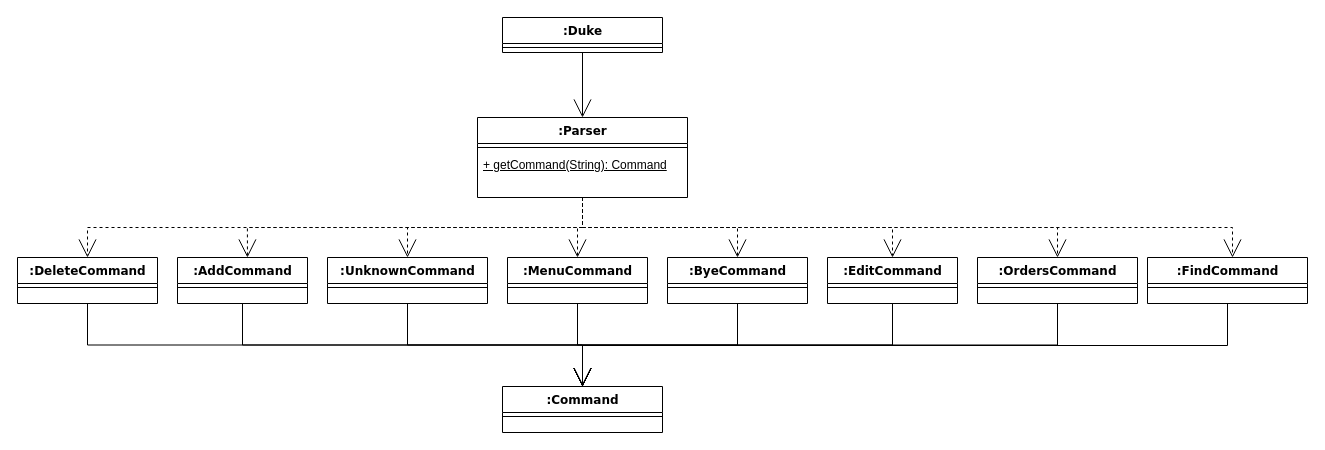
Before: page "Page-1" (1 of 2) of UMLdiagrams/ParserDiagrams/ParserClassDiag.drawio in thaddyyz/tp, a draw.io diagram. Source tidied: cells renumbered, new cells numbered last; positions are measured from the earlier drawing's top-left corner, leaving out a move shared by most shapes. Both pictures are drawn from the tidied source at 100%, with x=0, y=0 at pixel (17, 17).
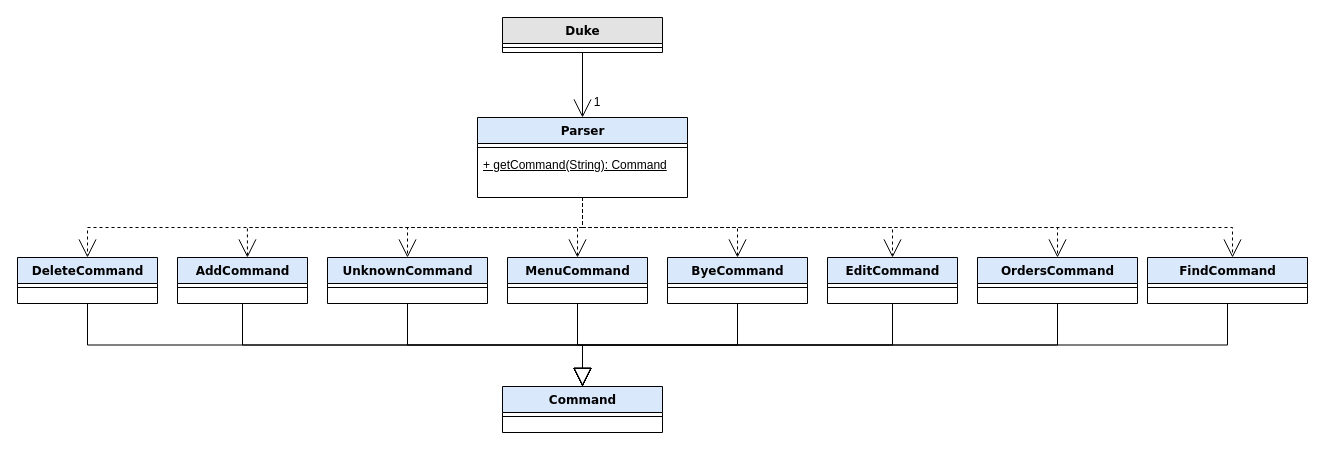
After the change.

Change to the diagram source:
```diff
@@
-    <mxCell id="2" value=":Parser" style="swimlane;html=1;fontStyle=1;align=center;verticalAlign=top;horizontal=1;startSize=26;swimlaneFillColor=#ffffff;rounded=0;shadow=0;comic=0;labelBackgroundColor=none;strokeWidth=1;fillColor=none;fontFamily=Verdana;fontSize=12;" parent="1" vertex="1">
+    <mxCell id="2" value="Parser" style="swimlane;html=1;fontStyle=1;align=center;verticalAlign=top;horizontal=1;startSize=26;swimlaneFillColor=#ffffff;rounded=0;shadow=0;comic=0;labelBackgroundColor=none;strokeWidth=1;fillColor=#DAE8FC;fontFamily=Verdana;fontSize=12;" parent="1" vertex="1">
       <mxGeometry x="460" y="100" width="210" height="80" as="geometry" />
     </mxCell>
@@
-    <mxCell id="5" value=":AddCommand" style="swimlane;html=1;fontStyle=1;align=center;verticalAlign=top;horizontal=1;startSize=26;swimlaneFillColor=#ffffff;rounded=0;shadow=0;comic=0;labelBackgroundColor=none;strokeWidth=1;fillColor=none;fontFamily=Verdana;fontSize=12;" parent="1" vertex="1">
+    <mxCell id="5" value="AddCommand" style="swimlane;html=1;fontStyle=1;align=center;verticalAlign=top;horizontal=1;startSize=26;swimlaneFillColor=#ffffff;rounded=0;shadow=0;comic=0;labelBackgroundColor=none;strokeWidth=1;fillColor=#DAE8FC;fontFamily=Verdana;fontSize=12;" parent="1" vertex="1">
       <mxGeometry x="160" y="240" width="130" height="46" as="geometry" />
     </mxCell>
@@
-    <mxCell id="7" value=":Duke" style="swimlane;html=1;fontStyle=1;align=center;verticalAlign=top;horizontal=1;startSize=26;swimlaneFillColor=#ffffff;rounded=0;shadow=0;comic=0;labelBackgroundColor=none;strokeWidth=1;fillColor=none;fontFamily=Verdana;fontSize=12;" parent="1" vertex="1">
+    <mxCell id="7" value="Duke" style="swimlane;html=1;fontStyle=1;align=center;verticalAlign=top;horizontal=1;startSize=26;swimlaneFillColor=#ffffff;rounded=0;shadow=0;comic=0;labelBackgroundColor=none;strokeWidth=1;fillColor=#E3E3E3;fontFamily=Verdana;fontSize=12;" parent="1" vertex="1">
       <mxGeometry x="485" width="160" height="35" as="geometry" />
     </mxCell>
@@
-    <mxCell id="10" value=":DeleteCommand" style="swimlane;html=1;fontStyle=1;align=center;verticalAlign=top;horizontal=1;startSize=26;swimlaneFillColor=#ffffff;rounded=0;shadow=0;comic=0;labelBackgroundColor=none;strokeWidth=1;fillColor=none;fontFamily=Verdana;fontSize=12;" parent="1" vertex="1">
+    <mxCell id="10" value="DeleteCommand" style="swimlane;html=1;fontStyle=1;align=center;verticalAlign=top;horizontal=1;startSize=26;swimlaneFillColor=#ffffff;rounded=0;shadow=0;comic=0;labelBackgroundColor=none;strokeWidth=1;fillColor=#DAE8FC;fontFamily=Verdana;fontSize=12;" parent="1" vertex="1">
       <mxGeometry y="240" width="140" height="46" as="geometry" />
     </mxCell>
@@
-    <mxCell id="12" value=":MenuCommand" style="swimlane;html=1;fontStyle=1;align=center;verticalAlign=top;horizontal=1;startSize=26;swimlaneFillColor=#ffffff;rounded=0;shadow=0;comic=0;labelBackgroundColor=none;strokeWidth=1;fillColor=none;fontFamily=Verdana;fontSize=12;" parent="1" vertex="1">
+    <mxCell id="12" value="MenuCommand" style="swimlane;html=1;fontStyle=1;align=center;verticalAlign=top;horizontal=1;startSize=26;swimlaneFillColor=#ffffff;rounded=0;shadow=0;comic=0;labelBackgroundColor=none;strokeWidth=1;fillColor=#DAE8FC;fontFamily=Verdana;fontSize=12;" parent="1" vertex="1">
       <mxGeometry x="490" y="240" width="140" height="46" as="geometry" />
     </mxCell>
@@
-    <mxCell id="14" value=":OrdersCommand" style="swimlane;html=1;fontStyle=1;align=center;verticalAlign=top;horizontal=1;startSize=26;swimlaneFillColor=#ffffff;rounded=0;shadow=0;comic=0;labelBackgroundColor=none;strokeWidth=1;fillColor=none;fontFamily=Verdana;fontSize=12;" parent="1" vertex="1">
+    <mxCell id="14" value="OrdersCommand" style="swimlane;html=1;fontStyle=1;align=center;verticalAlign=top;horizontal=1;startSize=26;swimlaneFillColor=#ffffff;rounded=0;shadow=0;comic=0;labelBackgroundColor=none;strokeWidth=1;fillColor=#DAE8FC;fontFamily=Verdana;fontSize=12;" parent="1" vertex="1">
       <mxGeometry x="960" y="240" width="160" height="46" as="geometry" />
     </mxCell>
@@
-    <mxCell id="16" value=":EditCommand" style="swimlane;html=1;fontStyle=1;align=center;verticalAlign=top;horizontal=1;startSize=26;swimlaneFillColor=#ffffff;rounded=0;shadow=0;comic=0;labelBackgroundColor=none;strokeWidth=1;fillColor=none;fontFamily=Verdana;fontSize=12;" parent="1" vertex="1">
+    <mxCell id="16" value="EditCommand" style="swimlane;html=1;fontStyle=1;align=center;verticalAlign=top;horizontal=1;startSize=26;swimlaneFillColor=#ffffff;rounded=0;shadow=0;comic=0;labelBackgroundColor=none;strokeWidth=1;fillColor=#DAE8FC;fontFamily=Verdana;fontSize=12;" parent="1" vertex="1">
       <mxGeometry x="810" y="240" width="130" height="46" as="geometry" />
     </mxCell>
@@
-    <mxCell id="18" value=":ByeCommand" style="swimlane;html=1;fontStyle=1;align=center;verticalAlign=top;horizontal=1;startSize=26;swimlaneFillColor=#ffffff;rounded=0;shadow=0;comic=0;labelBackgroundColor=none;strokeWidth=1;fillColor=none;fontFamily=Verdana;fontSize=12;" parent="1" vertex="1">
+    <mxCell id="18" value="ByeCommand" style="swimlane;html=1;fontStyle=1;align=center;verticalAlign=top;horizontal=1;startSize=26;swimlaneFillColor=#ffffff;rounded=0;shadow=0;comic=0;labelBackgroundColor=none;strokeWidth=1;fillColor=#DAE8FC;fontFamily=Verdana;fontSize=12;" parent="1" vertex="1">
       <mxGeometry x="650" y="240" width="140" height="46" as="geometry" />
     </mxCell>
@@
-    <mxCell id="20" value=":UnknownCommand" style="swimlane;html=1;fontStyle=1;align=center;verticalAlign=top;horizontal=1;startSize=26;swimlaneFillColor=#ffffff;rounded=0;shadow=0;comic=0;labelBackgroundColor=none;strokeWidth=1;fillColor=none;fontFamily=Verdana;fontSize=12;" parent="1" vertex="1">
+    <mxCell id="20" value="UnknownCommand" style="swimlane;html=1;fontStyle=1;align=center;verticalAlign=top;horizontal=1;startSize=26;swimlaneFillColor=#ffffff;rounded=0;shadow=0;comic=0;labelBackgroundColor=none;strokeWidth=1;fillColor=#DAE8FC;fontFamily=Verdana;fontSize=12;" parent="1" vertex="1">
       <mxGeometry x="310" y="240" width="160" height="46" as="geometry" />
     </mxCell>
@@
-    <mxCell id="22" value=":Command" style="swimlane;html=1;fontStyle=1;align=center;verticalAlign=top;horizontal=1;startSize=26;swimlaneFillColor=#ffffff;rounded=0;shadow=0;comic=0;labelBackgroundColor=none;strokeWidth=1;fillColor=none;fontFamily=Verdana;fontSize=12;" parent="1" vertex="1">
+    <mxCell id="22" value="Command" style="swimlane;html=1;fontStyle=1;align=center;verticalAlign=top;horizontal=1;startSize=26;swimlaneFillColor=#ffffff;rounded=0;shadow=0;comic=0;labelBackgroundColor=none;strokeWidth=1;fillColor=#DAE8FC;fontFamily=Verdana;fontSize=12;" parent="1" vertex="1">
       <mxGeometry x="485" y="369" width="160" height="46" as="geometry" />
     </mxCell>
@@
+    <mxCell id="38" value="FindCommand" style="swimlane;html=1;fontStyle=1;align=center;verticalAlign=top;horizontal=1;startSize=26;swimlaneFillColor=#ffffff;rounded=0;shadow=0;comic=0;labelBackgroundColor=none;strokeWidth=1;fillColor=#DAE8FC;fontFamily=Verdana;fontSize=12;" parent="1" vertex="1">
+      <mxGeometry x="1130" y="240" width="160" height="46" as="geometry" />
+    </mxCell>
+    <mxCell id="39" style="line;html=1;strokeWidth=1;fillColor=none;align=left;verticalAlign=middle;spacingTop=-1;spacingLeft=3;spacingRight=3;labelPosition=right;" parent="38" vertex="1">
+      <mxGeometry y="26" width="160" height="8" as="geometry" />
+    </mxCell>
+    <mxCell id="40" style="edgeStyle=orthogonalEdgeStyle;rounded=0;html=1;dashed=1;labelBackgroundColor=none;startArrow=none;startFill=0;startSize=8;endArrow=open;endFill=0;endSize=16;fontFamily=Verdana;fontSize=12;entryX=0.5;entryY=0;entryDx=0;entryDy=0;exitX=0.5;exitY=1;exitDx=0;exitDy=0;" parent="1" edge="1" source="2">
+      <mxGeometry relative="1" as="geometry">
+        <mxPoint x="1215" y="240" as="targetPoint" />
+        <Array as="points">
+          <mxPoint x="565" y="210" />
+          <mxPoint x="1215" y="210" />
+        </Array>
+      </mxGeometry>
+    </mxCell>
-    <mxCell id="31" style="edgeStyle=orthogonalEdgeStyle;rounded=0;html=1;labelBackgroundColor=none;startArrow=none;startFill=0;startSize=8;endArrow=open;endFill=0;endSize=16;fontFamily=Verdana;fontSize=12;exitX=0.5;exitY=1;exitDx=0;exitDy=0;entryX=0.5;entryY=0;entryDx=0;entryDy=0;" parent="1" edge="1" source="10" target="22">
+    <mxCell id="31" style="endArrow=block;endSize=16;endFill=0;html=1;rounded=0;edgeStyle=orthogonalEdgeStyle;entryX=0.5;entryY=0;entryDx=0;entryDy=0;exitX=0.5;exitY=1;exitDx=0;exitDy=0;" parent="1" edge="1" source="10" target="22">
       <mxGeometry relative="1" as="geometry" />
     </mxCell>
-    <mxCell id="32" style="edgeStyle=orthogonalEdgeStyle;rounded=0;html=1;labelBackgroundColor=none;startArrow=none;startFill=0;startSize=8;endArrow=open;endFill=0;endSize=16;fontFamily=Verdana;fontSize=12;entryX=0.5;entryY=0;entryDx=0;entryDy=0;exitX=0.5;exitY=1;exitDx=0;exitDy=0;" parent="1" edge="1" source="5" target="22">
+    <mxCell id="32" style="endArrow=block;endSize=16;endFill=0;html=1;rounded=0;edgeStyle=orthogonalEdgeStyle;entryX=0.5;entryY=0;entryDx=0;entryDy=0;exitX=0.5;exitY=1;exitDx=0;exitDy=0;" parent="1" edge="1" source="5" target="22">
       <mxGeometry relative="1" as="geometry" />
     </mxCell>
-    <mxCell id="33" style="edgeStyle=orthogonalEdgeStyle;rounded=0;html=1;labelBackgroundColor=none;startArrow=none;startFill=0;startSize=8;endArrow=open;endFill=0;endSize=16;fontFamily=Verdana;fontSize=12;entryX=0.5;entryY=0;entryDx=0;entryDy=0;exitX=0.5;exitY=1;exitDx=0;exitDy=0;" parent="1" edge="1" source="20" target="22">
+    <mxCell id="33" style="endArrow=block;endSize=16;endFill=0;html=1;rounded=0;edgeStyle=orthogonalEdgeStyle;entryX=0.5;entryY=0;entryDx=0;entryDy=0;exitX=0.5;exitY=1;exitDx=0;exitDy=0;" parent="1" edge="1" source="20" target="22">
       <mxGeometry relative="1" as="geometry" />
     </mxCell>
-    <mxCell id="34" style="edgeStyle=orthogonalEdgeStyle;rounded=0;html=1;labelBackgroundColor=none;startArrow=none;startFill=0;startSize=8;endArrow=open;endFill=0;endSize=16;fontFamily=Verdana;fontSize=12;entryX=0.5;entryY=0;entryDx=0;entryDy=0;exitX=0.5;exitY=1;exitDx=0;exitDy=0;" parent="1" edge="1" source="12" target="22">
+    <mxCell id="34" style="endArrow=block;endSize=16;endFill=0;html=1;rounded=0;edgeStyle=orthogonalEdgeStyle;entryX=0.5;entryY=0;entryDx=0;entryDy=0;exitX=0.5;exitY=1;exitDx=0;exitDy=0;" parent="1" edge="1" source="12" target="22">
       <mxGeometry relative="1" as="geometry" />
     </mxCell>
-    <mxCell id="35" style="edgeStyle=orthogonalEdgeStyle;rounded=0;html=1;labelBackgroundColor=none;startArrow=none;startFill=0;startSize=8;endArrow=open;endFill=0;endSize=16;fontFamily=Verdana;fontSize=12;entryX=0.5;entryY=0;entryDx=0;entryDy=0;exitX=0.5;exitY=1;exitDx=0;exitDy=0;" parent="1" edge="1" source="18" target="22">
+    <mxCell id="35" style="endArrow=block;endSize=16;endFill=0;html=1;rounded=0;edgeStyle=orthogonalEdgeStyle;exitX=0.5;exitY=1;exitDx=0;exitDy=0;entryX=0.5;entryY=0;entryDx=0;entryDy=0;" parent="1" edge="1" source="18" target="22">
       <mxGeometry relative="1" as="geometry" />
     </mxCell>
-    <mxCell id="36" style="edgeStyle=orthogonalEdgeStyle;rounded=0;html=1;labelBackgroundColor=none;startArrow=none;startFill=0;startSize=8;endArrow=open;endFill=0;endSize=16;fontFamily=Verdana;fontSize=12;entryX=0.5;entryY=0;entryDx=0;entryDy=0;exitX=0.5;exitY=1;exitDx=0;exitDy=0;" parent="1" edge="1" source="16" target="22">
+    <mxCell id="36" style="endArrow=block;endSize=16;endFill=0;html=1;rounded=0;edgeStyle=orthogonalEdgeStyle;entryX=0.5;entryY=0;entryDx=0;entryDy=0;exitX=0.5;exitY=1;exitDx=0;exitDy=0;" parent="1" edge="1" source="16" target="22">
       <mxGeometry relative="1" as="geometry" />
     </mxCell>
-    <mxCell id="37" style="edgeStyle=orthogonalEdgeStyle;rounded=0;html=1;labelBackgroundColor=none;startArrow=none;startFill=0;startSize=8;endArrow=open;endFill=0;endSize=16;fontFamily=Verdana;fontSize=12;entryX=0.5;entryY=0;entryDx=0;entryDy=0;exitX=0.5;exitY=1;exitDx=0;exitDy=0;" parent="1" edge="1" source="14" target="22">
+    <mxCell id="37" style="endArrow=block;endSize=16;endFill=0;html=1;rounded=0;edgeStyle=orthogonalEdgeStyle;entryX=0.5;entryY=0;entryDx=0;entryDy=0;exitX=0.5;exitY=1;exitDx=0;exitDy=0;" parent="1" edge="1" source="14" target="22">
       <mxGeometry relative="1" as="geometry" />
     </mxCell>
-    <mxCell id="38" value=":FindCommand&lt;br&gt;" style="swimlane;html=1;fontStyle=1;align=center;verticalAlign=top;horizontal=1;startSize=26;swimlaneFillColor=#ffffff;rounded=0;shadow=0;comic=0;labelBackgroundColor=none;strokeWidth=1;fillColor=none;fontFamily=Verdana;fontSize=12;" parent="1" vertex="1">
-      <mxGeometry x="1130" y="240" width="160" height="46" as="geometry" />
-    </mxCell>
-    <mxCell id="39" style="line;html=1;strokeWidth=1;fillColor=none;align=left;verticalAlign=middle;spacingTop=-1;spacingLeft=3;spacingRight=3;labelPosition=right;" parent="38" vertex="1">
-      <mxGeometry y="26" width="160" height="8" as="geometry" />
-    </mxCell>
-    <mxCell id="40" style="edgeStyle=orthogonalEdgeStyle;rounded=0;html=1;dashed=1;labelBackgroundColor=none;startArrow=none;startFill=0;startSize=8;endArrow=open;endFill=0;endSize=16;fontFamily=Verdana;fontSize=12;entryX=0.5;entryY=0;entryDx=0;entryDy=0;exitX=0.5;exitY=1;exitDx=0;exitDy=0;" parent="1" edge="1" source="2">
-      <mxGeometry relative="1" as="geometry">
-        <mxPoint x="1215" y="240" as="targetPoint" />
-        <Array as="points">
-          <mxPoint x="565" y="210" />
-          <mxPoint x="1215" y="210" />
-        </Array>
-      </mxGeometry>
-    </mxCell>
-    <mxCell id="41" style="edgeStyle=orthogonalEdgeStyle;rounded=0;html=1;labelBackgroundColor=none;startArrow=none;startFill=0;startSize=8;endArrow=open;endFill=0;endSize=16;fontFamily=Verdana;fontSize=12;entryX=0.5;entryY=0;entryDx=0;entryDy=0;exitX=0.5;exitY=1;exitDx=0;exitDy=0;" parent="1" edge="1" source="38" target="22">
-      <mxGeometry relative="1" as="geometry">
-        <Array as="points">
-          <mxPoint x="1210" y="328" />
-          <mxPoint x="565" y="328" />
-        </Array>
-      </mxGeometry>
+    <mxCell id="41" style="endArrow=block;endSize=16;endFill=0;html=1;rounded=0;edgeStyle=orthogonalEdgeStyle;entryX=0.5;entryY=0;entryDx=0;entryDy=0;exitX=0.5;exitY=1;exitDx=0;exitDy=0;" parent="1" edge="1" source="38" target="22">
+      <mxGeometry relative="1" as="geometry" />
     </mxCell>
+    <mxCell id="42" value="1" style="text;html=1;strokeColor=none;fillColor=none;align=center;verticalAlign=middle;whiteSpace=wrap;rounded=0;" parent="1" vertex="1">
+      <mxGeometry x="550" y="70" width="60" height="30" as="geometry" />
+    </mxCell>
```
